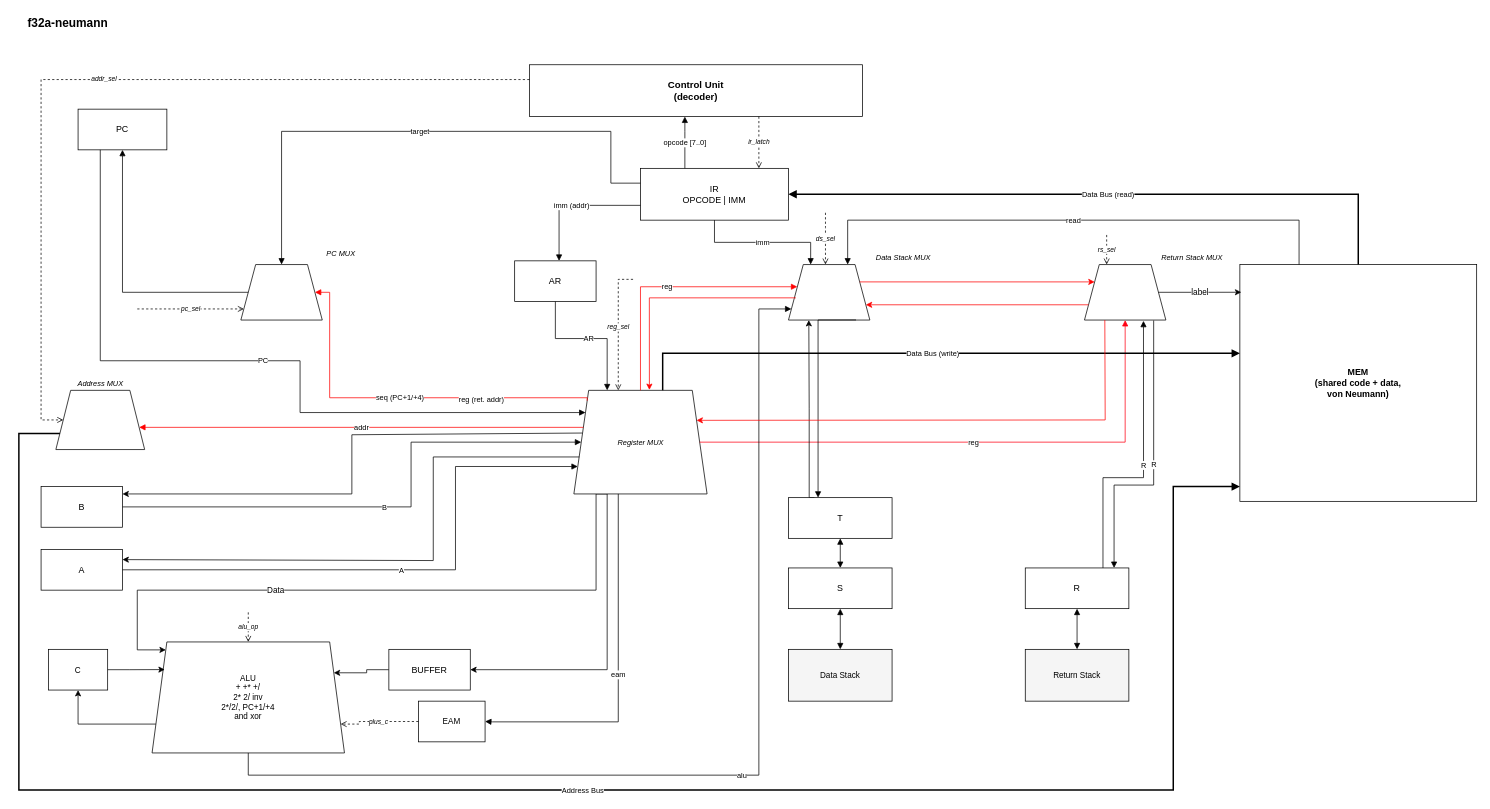
This is asmCOde/Scheme/f32a-neumann-dodelka.drawio from SushkoAlexandrITMO/CSA_Lab3, a draw.io file, before an edit. Source tidied: cells renumbered, new cells numbered last; positions are measured from the earlier drawing's top-left corner, leaving out a move shared by most shapes. Both pictures are drawn from the tidied source at 74%, with x=0, y=0 at pixel (18, 13).
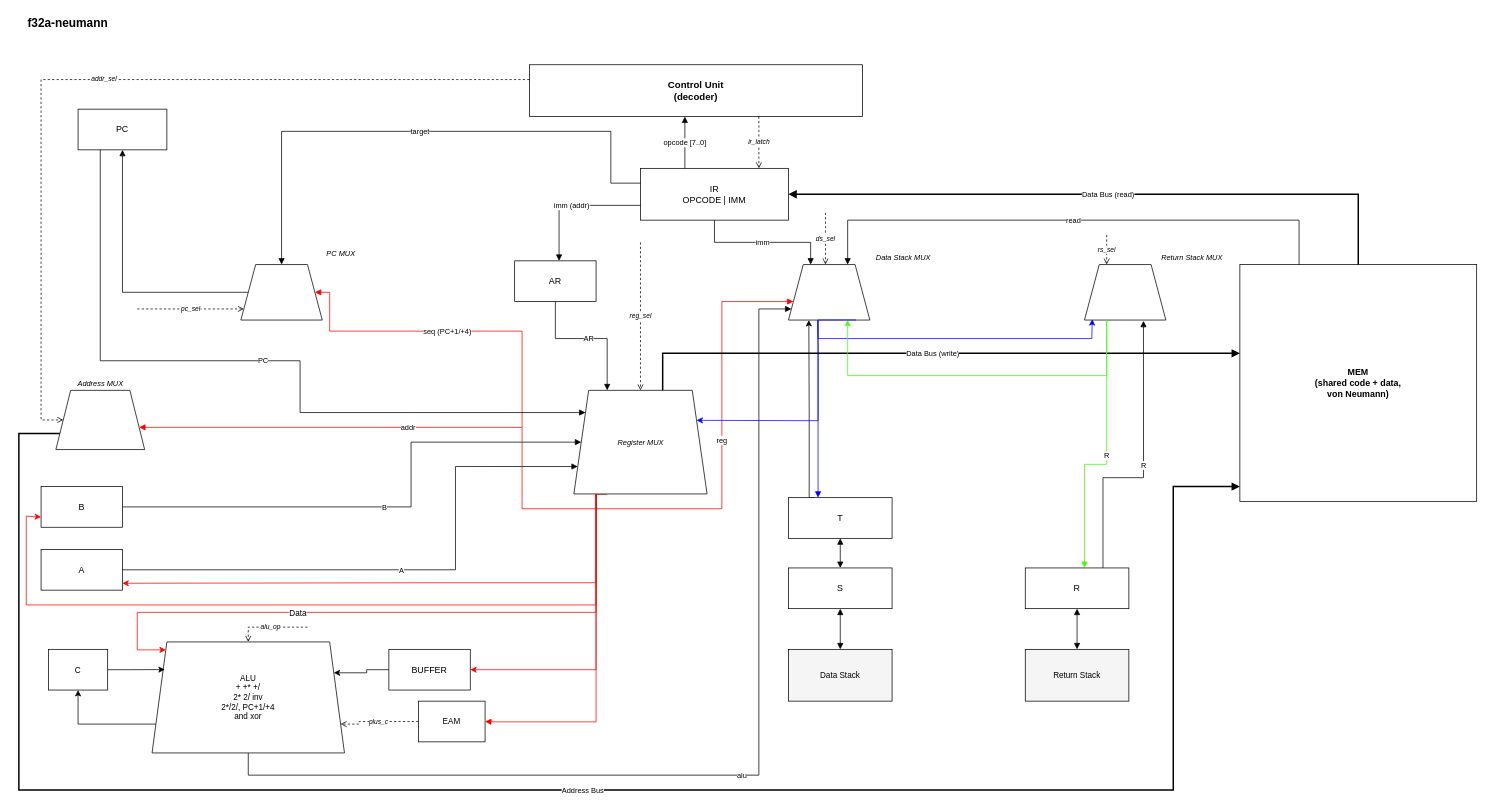
Above is the later version.

Unchanged cells that the change refers to:
```xml
<mxCell id="6" style="shape=trapezoid;perimeter=trapezoidPerimeter;whiteSpace=wrap;html=1;fillColor=#ffffff;strokeColor=#000000;fontSize=10;align=center;verticalAlign=middle;fixedSize=1;" parent="1" vertex="1">
  <mxGeometry x="300" y="340" width="110" height="75" as="geometry" />
</mxCell>
<mxCell id="8" style="shape=trapezoid;perimeter=trapezoidPerimeter;whiteSpace=wrap;html=1;fillColor=#ffffff;strokeColor=#000000;fontSize=10;align=center;verticalAlign=middle;fixedSize=1;" parent="1" vertex="1">
  <mxGeometry x="50" y="510" width="120" height="80" as="geometry" />
</mxCell>
<mxCell id="10" value="A" style="rounded=0;whiteSpace=wrap;html=1;fillColor=#ffffff;strokeColor=#000000;fontSize=12;align=center;verticalAlign=middle;" parent="1" vertex="1">
  <mxGeometry x="30" y="725" width="110" height="55" as="geometry" />
</mxCell>
<mxCell id="11" value="B" style="rounded=0;whiteSpace=wrap;html=1;fillColor=#ffffff;strokeColor=#000000;fontSize=12;align=center;verticalAlign=middle;" parent="1" vertex="1">
  <mxGeometry x="30" y="640" width="110" height="55" as="geometry" />
</mxCell>
<mxCell id="13" value="ALU&#10;+ +* +/&#10;2* 2/ inv&#10;2*/2/, PC+1/+4&#10;and xor" style="shape=trapezoid;perimeter=trapezoidPerimeter;whiteSpace=wrap;html=1;fillColor=#ffffff;strokeColor=#000000;fontSize=11;align=center;verticalAlign=middle;fixedSize=1;" parent="1" vertex="1">
  <mxGeometry x="180" y="850" width="260" height="150" as="geometry" />
</mxCell>
<mxCell id="15" value="EAM" style="rounded=0;whiteSpace=wrap;html=1;fillColor=#ffffff;strokeColor=#000000;fontSize=11;align=center;verticalAlign=middle;" parent="1" vertex="1">
  <mxGeometry x="540" y="930" width="90" height="55" as="geometry" />
</mxCell>
<mxCell id="19" style="shape=trapezoid;perimeter=trapezoidPerimeter;whiteSpace=wrap;html=1;fillColor=#ffffff;strokeColor=#000000;fontSize=10;align=center;verticalAlign=middle;fixedSize=1;" parent="1" vertex="1">
  <mxGeometry x="750" y="510" width="180" height="140" as="geometry" />
</mxCell>
<mxCell id="21" style="shape=trapezoid;perimeter=trapezoidPerimeter;whiteSpace=wrap;html=1;fillColor=#ffffff;strokeColor=#000000;fontSize=10;align=center;verticalAlign=middle;fixedSize=1;" parent="1" vertex="1">
  <mxGeometry x="1040" y="340" width="110" height="75" as="geometry" />
</mxCell>
<mxCell id="25" style="shape=trapezoid;perimeter=trapezoidPerimeter;whiteSpace=wrap;html=1;fillColor=#ffffff;strokeColor=#000000;fontSize=10;align=center;verticalAlign=middle;fixedSize=1;" parent="1" vertex="1">
  <mxGeometry x="1440" y="340" width="110" height="75" as="geometry" />
</mxCell>
<mxCell id="27" value="R" style="rounded=0;whiteSpace=wrap;html=1;fillColor=#ffffff;strokeColor=#000000;fontSize=12;align=center;verticalAlign=middle;" parent="1" vertex="1">
  <mxGeometry x="1360" y="750" width="140" height="55" as="geometry" />
</mxCell>
<mxCell id="29" value="MEM&#10;(shared code + data,&#10;von Neumann)" style="rounded=0;whiteSpace=wrap;html=1;fillColor=#ffffff;strokeColor=#000000;fontSize=12;fontStyle=1;align=center;verticalAlign=middle;" parent="1" vertex="1">
  <mxGeometry x="1650" y="340" width="320" height="320" as="geometry" />
</mxCell>
<mxCell id="64" value="T" style="rounded=0;whiteSpace=wrap;html=1;fillColor=#ffffff;strokeColor=#000000;fontSize=12;align=center;verticalAlign=middle;" parent="1" vertex="1">
  <mxGeometry x="1040" y="655" width="140" height="55" as="geometry" />
</mxCell>
<mxCell id="68" value="BUFFER" style="rounded=0;whiteSpace=wrap;html=1;fillColor=#ffffff;strokeColor=#000000;fontSize=12;align=center;verticalAlign=middle;" parent="1" vertex="1">
  <mxGeometry x="500" y="860" width="110" height="55" as="geometry" />
</mxCell>
```

Diff of the diagram source:
```diff
@@
-    <mxCell id="16" style="edgeStyle=orthogonalEdgeStyle;rounded=0;jettySize=auto;html=1;exitX=0.25;exitY=1;exitDx=0;exitDy=0;entryX=0;entryY=0;entryDx=0;entryDy=0;" parent="1" edge="1" source="19" target="13">
+    <mxCell id="16" style="edgeStyle=orthogonalEdgeStyle;rounded=0;jettySize=auto;html=1;exitX=0.25;exitY=1;exitDx=0;exitDy=0;entryX=0;entryY=0;entryDx=0;entryDy=0;strokeColor=#FF0000;" parent="1" edge="1" source="19" target="13">
       <mxGeometry relative="1" as="geometry">
         <Array as="points">
           <mxPoint x="780" y="650" />
-          <mxPoint x="780" y="780" />
-          <mxPoint x="160" y="780" />
-          <mxPoint x="160" y="860" />
-          <mxPoint x="199" y="860" />
+          <mxPoint x="780" y="810" />
+          <mxPoint x="160" y="810" />
+          <mxPoint x="160" y="861" />
         </Array>
       </mxGeometry>
     </mxCell>
@@
-    <mxCell id="18" style="edgeStyle=orthogonalEdgeStyle;rounded=0;jettySize=auto;html=1;exitX=0.25;exitY=1;exitDx=0;exitDy=0;entryX=1;entryY=0.5;entryDx=0;entryDy=0;" parent="1" edge="1" source="19" target="68">
-      <mxGeometry relative="1" as="geometry" />
+    <mxCell id="18" style="edgeStyle=orthogonalEdgeStyle;rounded=0;jettySize=auto;html=1;exitX=0.25;exitY=1;exitDx=0;exitDy=0;entryX=1;entryY=0.5;entryDx=0;entryDy=0;strokeColor=#FF0000;" parent="1" edge="1" source="19" target="68">
+      <mxGeometry relative="1" as="geometry">
+        <Array as="points">
+          <mxPoint x="780" y="650" />
+          <mxPoint x="780" y="888" />
+        </Array>
+      </mxGeometry>
     </mxCell>
@@
-    <mxCell id="30" value="seq (PC+1/+4)" style="edgeStyle=orthogonalEdgeStyle;rounded=0;jettySize=auto;html=1;endArrow=block;strokeWidth=1;fontSize=10;entryX=1;entryY=0.5;entryDx=0;entryDy=0;exitX=0;exitY=0;exitDx=0;exitDy=0;strokeColor=#FF0000;" parent="1" edge="1" source="19" target="6">
+    <mxCell id="30" value="seq (PC+1/+4)" style="edgeStyle=orthogonalEdgeStyle;rounded=0;jettySize=auto;html=1;endArrow=block;strokeWidth=1;fontSize=10;entryX=1;entryY=0.5;entryDx=0;entryDy=0;strokeColor=#FF0000;" parent="1" edge="1" target="6">
       <mxGeometry relative="1" as="geometry">
+        <mxPoint x="680" y="560" as="sourcePoint" />
         <Array as="points">
-          <mxPoint x="768" y="520" />
-          <mxPoint x="420" y="520" />
+          <mxPoint x="680" y="430" />
+          <mxPoint x="420" y="430" />
           <mxPoint x="420" y="378" />
         </Array>
       </mxGeometry>
     </mxCell>
-    <mxCell id="31" value="&lt;span style=&quot;font-size: 10px;&quot;&gt;reg (ret. addr)&lt;/span&gt;" style="edgeLabel;html=1;align=center;verticalAlign=middle;" parent="30" vertex="1">
-      <mxGeometry x="-0.19" y="1" relative="1" as="geometry">
-        <mxPoint x="60" as="offset" />
-      </mxGeometry>
-    </mxCell>
@@
-    <mxCell id="38" value="reg" style="edgeStyle=orthogonalEdgeStyle;rounded=0;jettySize=auto;html=1;endArrow=block;strokeWidth=1;fontSize=10;strokeColor=#FF0000;" parent="1" edge="1" source="19" target="21">
+    <mxCell id="38" value="reg" style="edgeStyle=orthogonalEdgeStyle;rounded=0;jettySize=auto;html=1;endArrow=block;strokeWidth=1;fontSize=10;strokeColor=#FF0000;" parent="1" edge="1" target="21">
       <mxGeometry relative="1" as="geometry">
+        <mxPoint x="780" y="650" as="sourcePoint" />
         <Array as="points">
-          <mxPoint x="840" y="370" />
+          <mxPoint x="780" y="670" />
+          <mxPoint x="950" y="670" />
+          <mxPoint x="950" y="390" />
         </Array>
       </mxGeometry>
     </mxCell>
-    <mxCell id="39" value="reg" style="edgeStyle=orthogonalEdgeStyle;rounded=0;jettySize=auto;html=1;endArrow=block;strokeWidth=1;fontSize=10;strokeColor=#FF0213;" parent="1" edge="1" source="19" target="25">
-      <mxGeometry relative="1" as="geometry" />
-    </mxCell>
@@
-    <mxCell id="43" style="edgeStyle=orthogonalEdgeStyle;rounded=0;jettySize=auto;html=1;endArrow=block;strokeWidth=1;fontSize=10;exitX=0.83;exitY=0.998;exitDx=0;exitDy=0;exitPerimeter=0;" parent="1" edge="1" source="21" target="64">
+    <mxCell id="43" style="edgeStyle=orthogonalEdgeStyle;rounded=0;jettySize=auto;html=1;endArrow=block;strokeWidth=1;fontSize=10;exitX=0.83;exitY=0.998;exitDx=0;exitDy=0;exitPerimeter=0;strokeColor=#0000FF;" parent="1" edge="1" source="21" target="64">
       <mxGeometry relative="1" as="geometry">
         <Array as="points">
           <mxPoint x="1080" y="415" />
         </Array>
       </mxGeometry>
     </mxCell>
@@
     <mxCell id="52" value="alu_op" style="edgeStyle=orthogonalEdgeStyle;rounded=0;jettySize=auto;html=1;endArrow=open;endSize=6;dashed=1;strokeWidth=1;fontSize=9;fontStyle=2;" parent="1" edge="1" target="13">
       <mxGeometry relative="1" as="geometry">
-        <mxPoint x="310" y="810" as="sourcePoint" />
+        <mxPoint x="390" y="830" as="sourcePoint" />
         <Array as="points">
-          <mxPoint x="310" y="810" />
-          <mxPoint x="310" y="810" />
+          <mxPoint x="310" y="830" />
         </Array>
       </mxGeometry>
     </mxCell>
     <mxCell id="53" value="reg_sel" style="edgeStyle=orthogonalEdgeStyle;rounded=0;jettySize=auto;html=1;endArrow=open;endSize=6;dashed=1;strokeWidth=1;fontSize=9;fontStyle=2;" parent="1" edge="1" target="19">
       <mxGeometry relative="1" as="geometry">
-        <mxPoint x="830" y="360" as="sourcePoint" />
+        <mxPoint x="840" y="310" as="sourcePoint" />
         <Array as="points">
-          <mxPoint x="810" y="360" />
+          <mxPoint x="840" y="390" />
+          <mxPoint x="840" y="390" />
         </Array>
       </mxGeometry>
     </mxCell>
@@
-    <mxCell id="59" value="addr" style="edgeStyle=orthogonalEdgeStyle;rounded=0;jettySize=auto;html=1;endArrow=block;strokeWidth=1;fontSize=10;strokeColor=#FF0000;" parent="1" edge="1" source="19" target="8">
+    <mxCell id="59" value="addr" style="edgeStyle=orthogonalEdgeStyle;rounded=0;jettySize=auto;html=1;endArrow=block;strokeWidth=1;fontSize=10;strokeColor=#FF0000;sourcePerimeterSpacing=0;shadow=0;flowAnimation=0;" parent="1" edge="1" target="8">
       <mxGeometry relative="1" as="geometry">
+        <mxPoint x="780" y="670" as="sourcePoint" />
         <Array as="points">
-          <mxPoint x="460" y="560" />
-          <mxPoint x="460" y="560" />
+          <mxPoint x="680" y="670" />
+          <mxPoint x="680" y="560" />
         </Array>
       </mxGeometry>
     </mxCell>
@@
-    <mxCell id="61" value="eam" style="edgeStyle=orthogonalEdgeStyle;rounded=0;jettySize=auto;html=1;endArrow=block;strokeWidth=1;fontSize=10;entryX=1;entryY=0.5;entryDx=0;entryDy=0;" parent="1" edge="1" source="19" target="15">
+    <mxCell id="61" style="edgeStyle=orthogonalEdgeStyle;rounded=0;jettySize=auto;html=1;endArrow=block;strokeWidth=1;fontSize=10;entryX=1;entryY=0.5;entryDx=0;entryDy=0;strokeColor=#FF0000;" parent="1" edge="1" source="19" target="15">
       <mxGeometry relative="1" as="geometry">
         <Array as="points">
-          <mxPoint x="810" y="958" />
+          <mxPoint x="780" y="958" />
           <mxPoint x="640" y="958" />
         </Array>
       </mxGeometry>
     </mxCell>
@@
-    <mxCell id="65" style="edgeStyle=orthogonalEdgeStyle;rounded=0;jettySize=auto;html=1;exitX=1;exitY=0.5;exitDx=0;exitDy=0;entryX=0.006;entryY=0.117;entryDx=0;entryDy=0;entryPerimeter=0;" parent="1" edge="1" source="25" target="29">
-      <mxGeometry relative="1" as="geometry">
-        <Array as="points">
-          <mxPoint x="1596" y="377" />
-          <mxPoint x="1596" y="377" />
-        </Array>
-      </mxGeometry>
-    </mxCell>
-    <mxCell id="66" value="label" style="edgeLabel;html=1;align=center;verticalAlign=middle;" parent="65" vertex="1">
-      <mxGeometry x="-0.01" y="1" relative="1" as="geometry" />
-    </mxCell>
@@
-    <mxCell id="69" style="endArrow=classic;html=1;rounded=0;entryX=1;entryY=0.25;entryDx=0;entryDy=0;exitX=0.25;exitY=1;exitDx=0;exitDy=0;strokeColor=#FF0606;" parent="1" edge="1" source="25" target="19">
-      <mxGeometry relative="1" as="geometry">
-        <Array as="points">
-          <mxPoint x="1468" y="550" />
-        </Array>
-      </mxGeometry>
-    </mxCell>
@@
-    <mxCell id="72" style="endArrow=classic;html=1;rounded=0;exitX=1;exitY=0.25;exitDx=0;exitDy=0;entryX=0;entryY=0.25;entryDx=0;entryDy=0;strokeColor=#FF0000;" parent="1" edge="1" source="21" target="25">
-      <mxGeometry relative="1" as="geometry" />
+    <mxCell id="72" style="endArrow=classic;html=1;rounded=0;exitX=0.365;exitY=1.011;exitDx=0;exitDy=0;entryX=0.095;entryY=0.985;entryDx=0;entryDy=0;strokeColor=#0000FF;exitPerimeter=0;entryPerimeter=0;" parent="1" edge="1" source="21" target="25">
+      <mxGeometry relative="1" as="geometry">
+        <Array as="points">
+          <mxPoint x="1080" y="440" />
+          <mxPoint x="1450" y="440" />
+        </Array>
+      </mxGeometry>
     </mxCell>
-    <mxCell id="73" style="endArrow=classic;html=1;rounded=0;exitX=0;exitY=0.75;exitDx=0;exitDy=0;entryX=1;entryY=0.75;entryDx=0;entryDy=0;strokeColor=#FF0000;" parent="1" edge="1" source="25" target="21">
-      <mxGeometry relative="1" as="geometry" />
+    <mxCell id="73" style="endArrow=classic;html=1;rounded=0;strokeColor=#3FFF00;" parent="1" edge="1">
+      <mxGeometry relative="1" as="geometry">
+        <mxPoint x="1470" y="415" as="sourcePoint" />
+        <mxPoint x="1120" y="415" as="targetPoint" />
+        <Array as="points">
+          <mxPoint x="1470" y="490" />
+          <mxPoint x="1120" y="490" />
+        </Array>
+      </mxGeometry>
     </mxCell>
-    <mxCell id="74" style="endArrow=classic;html=1;rounded=0;exitX=0.091;exitY=0.6;exitDx=0;exitDy=0;entryX=0.567;entryY=-0.004;entryDx=0;entryDy=0;strokeColor=#FF0000;exitPerimeter=0;entryPerimeter=0;" parent="1" edge="1" source="21" target="19">
+    <mxCell id="74" style="endArrow=classic;html=1;rounded=0;entryX=1;entryY=0.25;entryDx=0;entryDy=0;strokeColor=#0000FF;exitX=0.357;exitY=1;exitDx=0;exitDy=0;exitPerimeter=0;" parent="1" edge="1" source="21" target="19">
       <mxGeometry relative="1" as="geometry">
         <Array as="points">
-          <mxPoint x="852" y="385" />
+          <mxPoint x="1080" y="450" />
+          <mxPoint x="1080" y="551" />
         </Array>
       </mxGeometry>
     </mxCell>
-    <mxCell id="75" value="R" style="edgeStyle=orthogonalEdgeStyle;rounded=0;jettySize=auto;html=1;endArrow=block;strokeWidth=1;fontSize=10;exitX=0.85;exitY=1.008;exitDx=0;exitDy=0;exitPerimeter=0;" parent="1" edge="1" source="25">
+    <mxCell id="75" value="R" style="edgeStyle=orthogonalEdgeStyle;rounded=0;jettySize=auto;html=1;endArrow=block;strokeWidth=1;fontSize=10;strokeColor=#3FFF00;" parent="1" edge="1" target="27">
       <mxGeometry relative="1" as="geometry">
-        <mxPoint x="1480" y="750" as="targetPoint" />
+        <mxPoint x="1470" y="415" as="sourcePoint" />
         <Array as="points">
-          <mxPoint x="1534" y="638" />
-          <mxPoint x="1480" y="638" />
+          <mxPoint x="1470" y="610" />
+          <mxPoint x="1440" y="610" />
         </Array>
       </mxGeometry>
     </mxCell>
-    <mxCell id="76" style="endArrow=classic;html=1;rounded=0;exitX=0.063;exitY=0.412;exitDx=0;exitDy=0;exitPerimeter=0;" parent="1" edge="1" source="19">
+    <mxCell id="76" style="endArrow=classic;html=1;rounded=0;entryX=0;entryY=0.75;entryDx=0;entryDy=0;strokeColor=#FF0000;" parent="1" edge="1" target="11">
       <mxGeometry relative="1" as="geometry">
-        <mxPoint x="140" y="650" as="targetPoint" />
+        <mxPoint x="780" y="650" as="sourcePoint" />
         <Array as="points">
-          <mxPoint x="450" y="570" />
-          <mxPoint x="450" y="650" />
+          <mxPoint x="780" y="800" />
+          <mxPoint x="10" y="800" />
+          <mxPoint x="10" y="680" />
         </Array>
       </mxGeometry>
     </mxCell>
-    <mxCell id="77" style="endArrow=classic;html=1;rounded=0;exitX=0.041;exitY=0.643;exitDx=0;exitDy=0;exitPerimeter=0;entryX=1;entryY=0.25;entryDx=0;entryDy=0;" parent="1" edge="1" source="19" target="10">
+    <mxCell id="77" style="endArrow=classic;html=1;rounded=0;entryX=0.999;entryY=0.831;entryDx=0;entryDy=0;entryPerimeter=0;strokeColor=#FF0000;" parent="1" edge="1" target="10">
       <mxGeometry relative="1" as="geometry">
+        <mxPoint x="780" y="650" as="sourcePoint" />
         <Array as="points">
-          <mxPoint x="560" y="600" />
-          <mxPoint x="560" y="740" />
+          <mxPoint x="780" y="770" />
+          <mxPoint x="560" y="770" />
         </Array>
       </mxGeometry>
     </mxCell>
```
